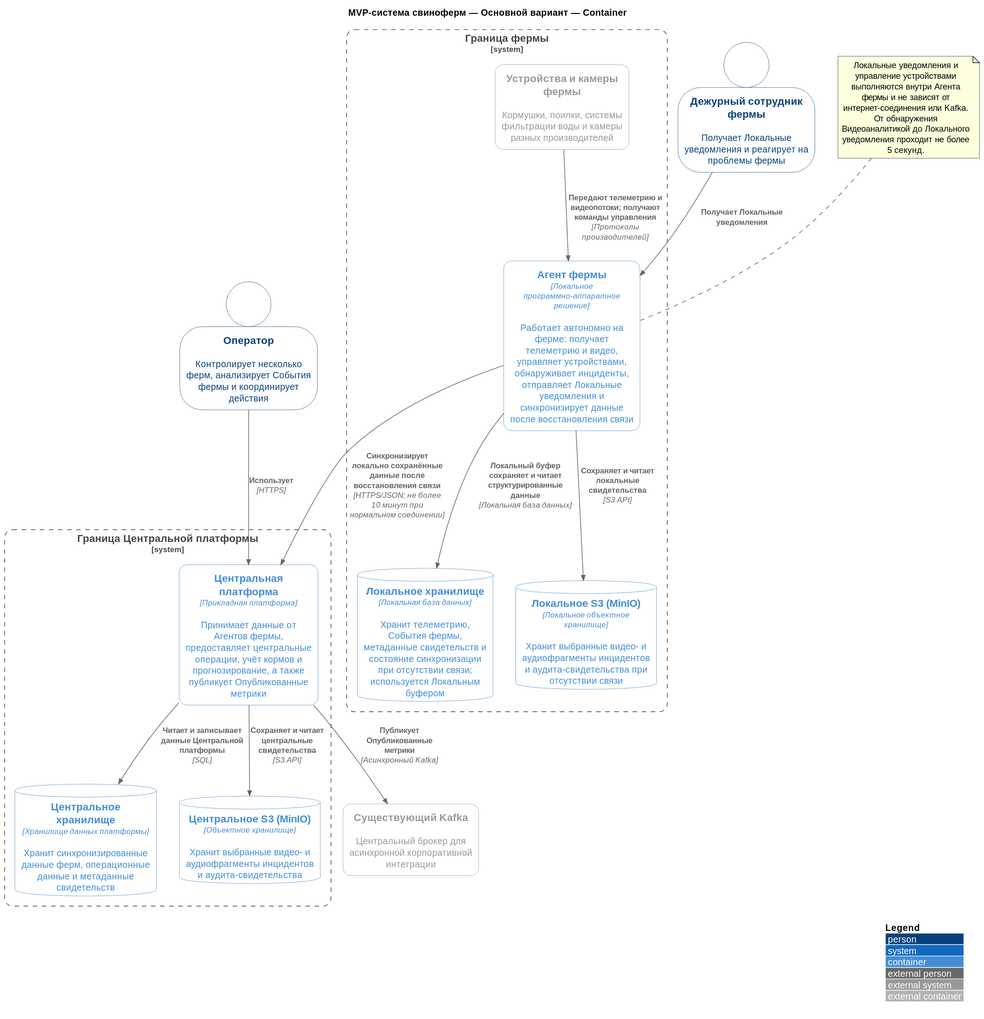
Earlier version of the PlantUML export Task2/svg/02-01-primary.c4.container.svg (vs-ya-practicum/01-MSA-AgroTech). The source it was exported from:
```plantuml
@startuml
!NEW_C4_STYLE=1

!include https://raw.githubusercontent.com/plantuml-stdlib/C4-PlantUML/master/C4_Container.puml
title MVP-система свиноферм — Основной вариант — Container

LAYOUT_WITH_LEGEND()
SHOW_PERSON_OUTLINE()

Person(operator, "Оператор", "Контролирует несколько ферм, анализирует События фермы и координирует действия")
Person(farmDutyEmployee, "Дежурный сотрудник фермы", "Получает Локальные уведомления и реагирует на проблемы фермы")
System_Ext(existingKafka, "Существующий Kafka", "Центральный брокер для асинхронной корпоративной интеграции")

System_Boundary(centralPlatformBoundary, "Граница Центральной платформы") {
    Container(centralPlatform, "Центральная платформа", "Прикладная платформа", "Принимает данные от Агентов фермы, предоставляет центральные операции, учёт кормов и прогнозирование, а также публикует Опубликованные метрики")
    ContainerDb(centralStore, "Центральное хранилище", "Хранилище данных платформы", "Хранит синхронизированные данные ферм, операционные данные и метаданные свидетельств")
    ContainerDb(centralS3, "Центральное S3 (MinIO)", "Объектное хранилище", "Хранит выбранные видео- и аудиофрагменты инцидентов и аудита-свидетельства")
}

System_Boundary(farmBoundary, "Граница фермы") {
    System_Ext(farmDevices, "Устройства и камеры фермы", "Кормушки, поилки, системы фильтрации воды и камеры разных производителей")
    Container(farmAgent, "Агент фермы", "Локальное программно-аппаратное решение", "Работает автономно на ферме: получает телеметрию и видео, управляет устройствами, обнаруживает инциденты, отправляет Локальные уведомления и синхронизирует данные после восстановления связи")
    ContainerDb(localStorage, "Локальное хранилище", "Локальная база данных", "Хранит телеметрию, События фермы, метаданные свидетельств и состояние синхронизации при отсутствии связи; используется Локальным буфером")
    ContainerDb(localS3, "Локальное S3 (MinIO)", "Локальное объектное хранилище", "Хранит выбранные видео- и аудиофрагменты инцидентов и аудита-свидетельства при отсутствии связи")
}

Rel(operator, centralPlatform, "Использует", "HTTPS")
Rel(farmDutyEmployee, farmAgent, "Получает Локальные уведомления")
Rel(farmDevices, farmAgent, "Передают телеметрию и видеопотоки; получают команды управления", "Протоколы производителей")
Rel(centralPlatform, centralStore, "Читает и записывает данные Центральной платформы", "SQL")
Rel(centralPlatform, centralS3, "Сохраняет и читает центральные свидетельства", "S3 API")
Rel(farmAgent, centralPlatform, "Синхронизирует локально сохранённые данные после восстановления связи", "HTTPS/JSON; не более 10 минут при нормальном соединении")
Rel(farmAgent, localStorage, "Локальный буфер сохраняет и читает структурированные данные", "Локальная база данных")
Rel(farmAgent, localS3, "Сохраняет и читает локальные свидетельства", "S3 API")
Rel(centralPlatform, existingKafka, "Публикует Опубликованные метрики", "Асинхронный Kafka")

note "Локальные уведомления и управление устройствами выполняются внутри Агента фермы и не зависят от интернет-соединения или Kafka.\nОт обнаружения Видеоаналитикой до Локального уведомления проходит не более 5 секунд." as n1
n1 .. farmAgent
@enduml
```
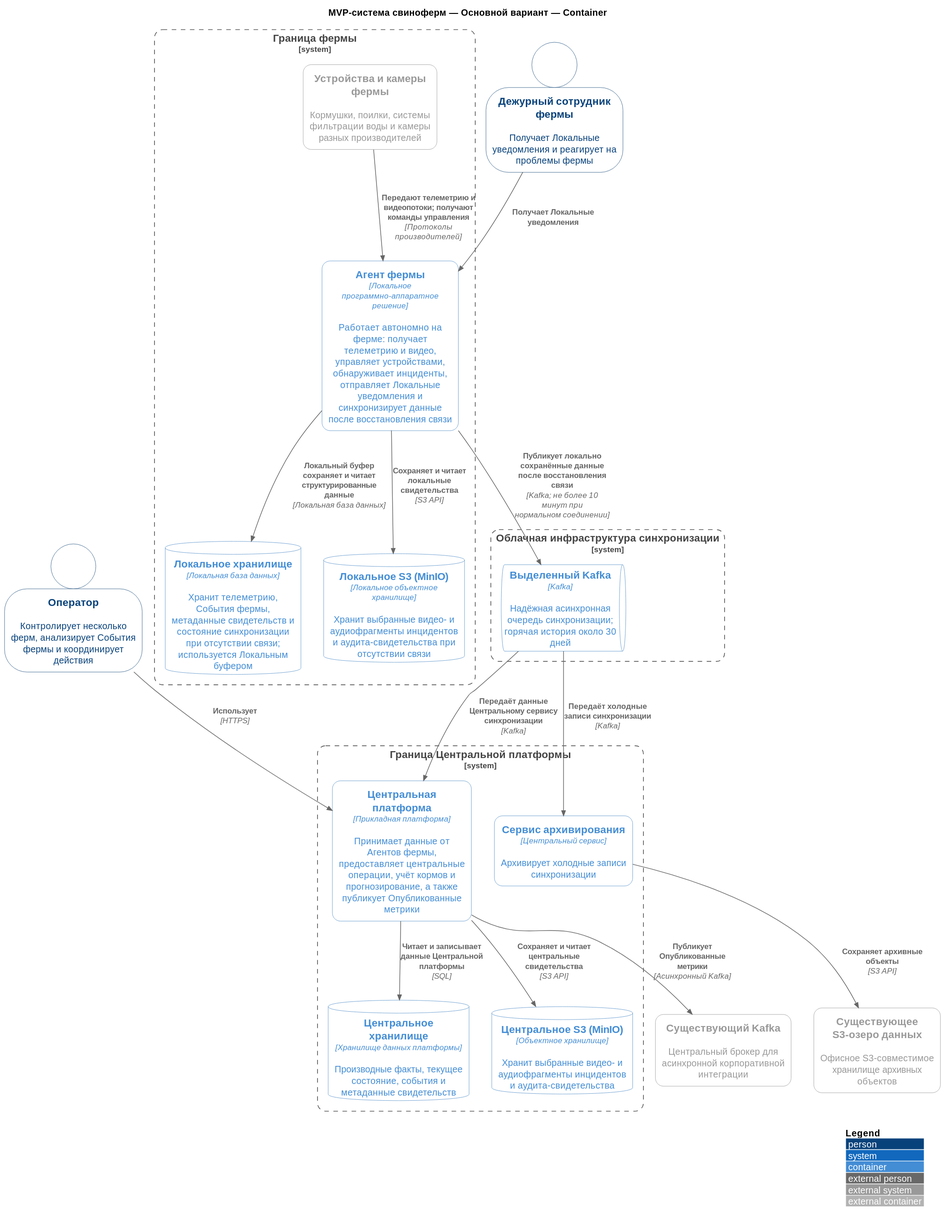
Above is the later version.

Change to the diagram source:
```diff
@@ -10,10 +10,15 @@
 Person(operator, "Оператор", "Контролирует несколько ферм, анализирует События фермы и координирует действия")
 Person(farmDutyEmployee, "Дежурный сотрудник фермы", "Получает Локальные уведомления и реагирует на проблемы фермы")
 System_Ext(existingKafka, "Существующий Kafka", "Центральный брокер для асинхронной корпоративной интеграции")
+System_Ext(existingS3DataLake, "Существующее S3-озеро данных", "Офисное S3-совместимое хранилище архивных объектов")
+System_Boundary(syncInfrastructure, "Облачная инфраструктура синхронизации") {
+    ContainerQueue(dedicatedKafka, "Выделенный Kafka", "Kafka", "Надёжная асинхронная очередь синхронизации; горячая история около 30 дней")
+}
 
 System_Boundary(centralPlatformBoundary, "Граница Центральной платформы") {
     Container(centralPlatform, "Центральная платформа", "Прикладная платформа", "Принимает данные от Агентов фермы, предоставляет центральные операции, учёт кормов и прогнозирование, а также публикует Опубликованные метрики")
-    ContainerDb(centralStore, "Центральное хранилище", "Хранилище данных платформы", "Хранит синхронизированные данные ферм, операционные данные и метаданные свидетельств")
+    Container(archiverService, "Сервис архивирования", "Центральный сервис", "Архивирует холодные записи синхронизации")
+    ContainerDb(centralStore, "Центральное хранилище", "Хранилище данных платформы", "Производные факты, текущее состояние, события и метаданные свидетельств")
     ContainerDb(centralS3, "Центральное S3 (MinIO)", "Объектное хранилище", "Хранит выбранные видео- и аудиофрагменты инцидентов и аудита-свидетельства")
 }
 
@@ -29,11 +34,11 @@
 Rel(farmDevices, farmAgent, "Передают телеметрию и видеопотоки; получают команды управления", "Протоколы производителей")
 Rel(centralPlatform, centralStore, "Читает и записывает данные Центральной платформы", "SQL")
 Rel(centralPlatform, centralS3, "Сохраняет и читает центральные свидетельства", "S3 API")
-Rel(farmAgent, centralPlatform, "Синхронизирует локально сохранённые данные после восстановления связи", "HTTPS/JSON; не более 10 минут при нормальном соединении")
+Rel(farmAgent, dedicatedKafka, "Публикует локально сохранённые данные после восстановления связи", "Kafka; не более 10 минут при нормальном соединении")
+Rel(dedicatedKafka, centralPlatform, "Передаёт данные Центральному сервису синхронизации", "Kafka")
+Rel(dedicatedKafka, archiverService, "Передаёт холодные записи синхронизации", "Kafka")
+Rel(archiverService, existingS3DataLake, "Сохраняет архивные объекты", "S3 API")
 Rel(farmAgent, localStorage, "Локальный буфер сохраняет и читает структурированные данные", "Локальная база данных")
 Rel(farmAgent, localS3, "Сохраняет и читает локальные свидетельства", "S3 API")
 Rel(centralPlatform, existingKafka, "Публикует Опубликованные метрики", "Асинхронный Kafka")
-
-note "Локальные уведомления и управление устройствами выполняются внутри Агента фермы и не зависят от интернет-соединения или Kafka.\nОт обнаружения Видеоаналитикой до Локального уведомления проходит не более 5 секунд." as n1
-n1 .. farmAgent
 @enduml
```
